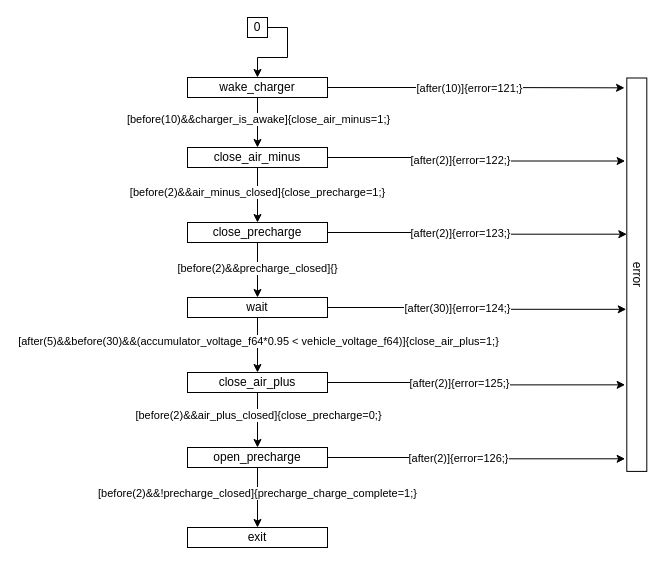
Before: page "precharge_charge" (3 of 7) of xver/xsm/XML/graph.drawio in osceri/AMS-CC, a draw.io diagram. Source tidied: cells renumbered, new cells numbered last; positions are measured from the earlier drawing's top-left corner, leaving out a move shared by most shapes. Both pictures are drawn from the tidied source at 100%, with x=0, y=0 at pixel (187, 17).
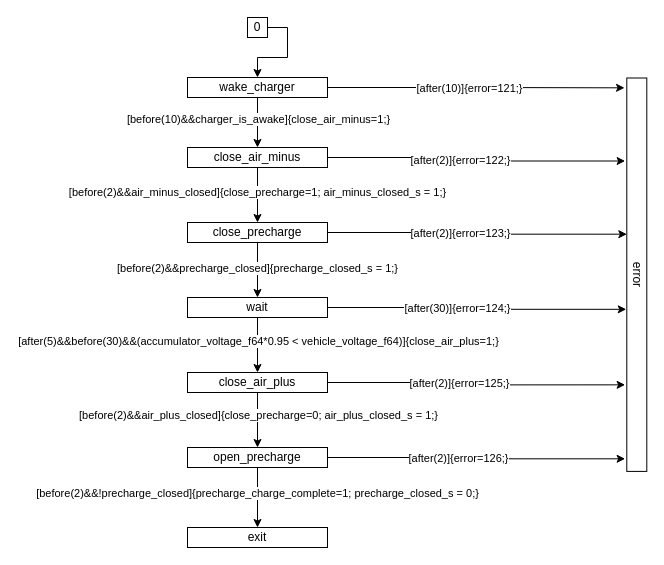
The same diagram, later.

The change refers to these unchanged cells:
```xml
<mxCell id="2" style="edgeStyle=orthogonalEdgeStyle;rounded=0;jettySize=auto;html=1;exitX=0.5;exitY=1;exitDx=0;exitDy=0;entryX=0.5;entryY=0;entryDx=0;entryDy=0;" parent="1" edge="1" source="6" target="11">
  <mxGeometry relative="1" as="geometry" />
</mxCell>
<mxCell id="7" style="edgeStyle=orthogonalEdgeStyle;rounded=0;jettySize=auto;html=1;exitX=0.5;exitY=1;exitDx=0;exitDy=0;entryX=0.5;entryY=0;entryDx=0;entryDy=0;" parent="1" edge="1" source="11" target="16">
  <mxGeometry relative="1" as="geometry" />
</mxCell>
<mxCell id="17" style="edgeStyle=orthogonalEdgeStyle;rounded=0;jettySize=auto;html=1;exitX=0.5;exitY=1;exitDx=0;exitDy=0;entryX=0.5;entryY=0;entryDx=0;entryDy=0;" parent="1" edge="1" source="21" target="26">
  <mxGeometry relative="1" as="geometry" />
</mxCell>
<mxCell id="24" style="edgeStyle=orthogonalEdgeStyle;rounded=0;jettySize=auto;html=1;exitX=0.5;exitY=1;exitDx=0;exitDy=0;entryX=0.5;entryY=0;entryDx=0;entryDy=0;" parent="1" edge="1" source="26" target="28">
  <mxGeometry relative="1" as="geometry" />
</mxCell>
```

The edit, as a diff of the source:
```diff
@@
-    <mxCell id="3" value="[before(2)&amp;amp;&amp;amp;air_minus_closed]{close_precharge=1;}" style="edgeLabel;html=1;align=center;verticalAlign=middle;" parent="2" vertex="1">
+    <mxCell id="3" value="[before(2)&amp;amp;&amp;amp;air_minus_closed]{close_precharge=1; air_minus_closed_s = 1;}" style="edgeLabel;html=1;align=center;verticalAlign=middle;" parent="2" vertex="1">
       <mxGeometry x="-0.13" y="-1" relative="1" as="geometry" />
     </mxCell>
@@
-    <mxCell id="8" value="[before(2)&amp;amp;&amp;amp;precharge_closed]{}" style="edgeLabel;html=1;align=center;verticalAlign=middle;" parent="7" vertex="1">
+    <mxCell id="8" value="[before(2)&amp;amp;&amp;amp;precharge_closed]{precharge_closed_s = 1;}" style="edgeLabel;html=1;align=center;verticalAlign=middle;" parent="7" vertex="1">
       <mxGeometry x="-0.09" y="-1" relative="1" as="geometry" />
     </mxCell>
@@
-    <mxCell id="18" value="[before(2)&amp;amp;&amp;amp;air_plus_closed]{close_precharge=0;}" style="edgeLabel;html=1;align=center;verticalAlign=middle;" parent="17" vertex="1">
+    <mxCell id="18" value="[before(2)&amp;amp;&amp;amp;air_plus_closed]{close_precharge=0; air_plus_closed_s = 1;}" style="edgeLabel;html=1;align=center;verticalAlign=middle;" parent="17" vertex="1">
       <mxGeometry x="-0.21" relative="1" as="geometry" />
     </mxCell>
@@
-    <mxCell id="25" value="[before(2)&amp;amp;&amp;amp;!precharge_closed]{precharge_charge_complete=1;}" style="edgeLabel;html=1;align=center;verticalAlign=middle;" parent="24" vertex="1">
+    <mxCell id="25" value="[before(2)&amp;amp;&amp;amp;!precharge_closed]{precharge_charge_complete=1; precharge_closed_s = 0;}" style="edgeLabel;html=1;align=center;verticalAlign=middle;" parent="24" vertex="1">
       <mxGeometry x="-0.18" y="-1" relative="1" as="geometry" />
     </mxCell>
```
